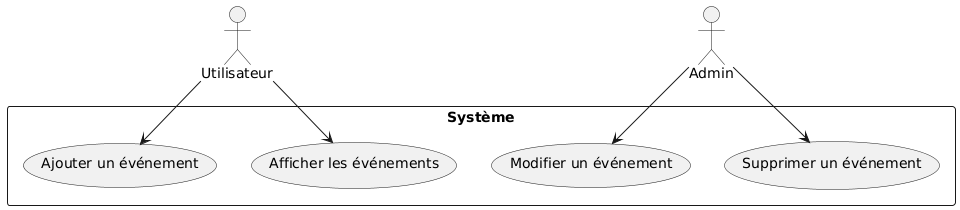
This is Docs/Diagramme_des_cas_d_utilisation.png from aminexfrad/Eventify, a PlantUML export, as it was before one commit.
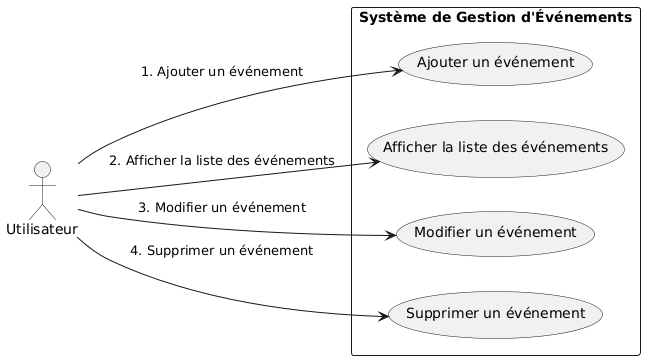
After the commit.

Commit message:
modifier diag cas de utilitstaion

Change to the diagram source:
```diff
@@ -1,16 +1,16 @@
 @startuml
-actor Utilisateur
-actor Admin
+left to right direction
+actor Utilisateur as User
 
-rectangle Système {
-  usecase "Ajouter un événement" as UC1
-  usecase "Afficher les événements" as UC2
-  usecase "Modifier un événement" as UC3
-  usecase "Supprimer un événement" as UC4
+rectangle "Système de Gestion d'Événements" {
+    usecase "Ajouter un événement" as AddEvent
+    usecase "Afficher la liste des événements" as ListEvents
+    usecase "Modifier un événement" as EditEvent
+    usecase "Supprimer un événement" as DeleteEvent
 }
 
-Utilisateur --> UC1
-Utilisateur --> UC2
-Admin --> UC3
-Admin --> UC4
+User --> AddEvent : 1. Ajouter un événement
+User --> ListEvents : 2. Afficher la liste des événements
+User --> EditEvent : 3. Modifier un événement
+User --> DeleteEvent : 4. Supprimer un événement
 @enduml
```
